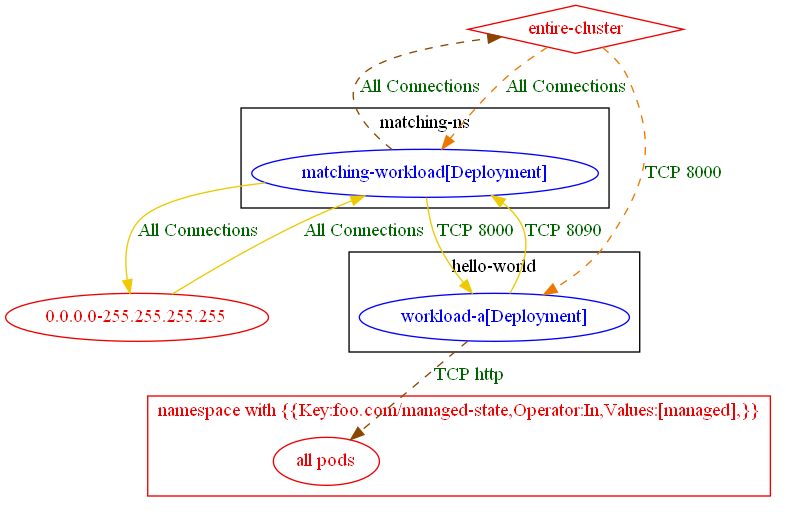
np-guard/netpol-analyzer keeps this Graphviz diagram as test_outputs/connlist/exposure_test_egress_with_named_port_with_matching_pod_exposure_output.dot.png. Above is the earlier version. Its source is kept beside it as test_outputs/connlist/exposure_test_egress_with_named_port_with_matching_pod_exposure_output.dot.
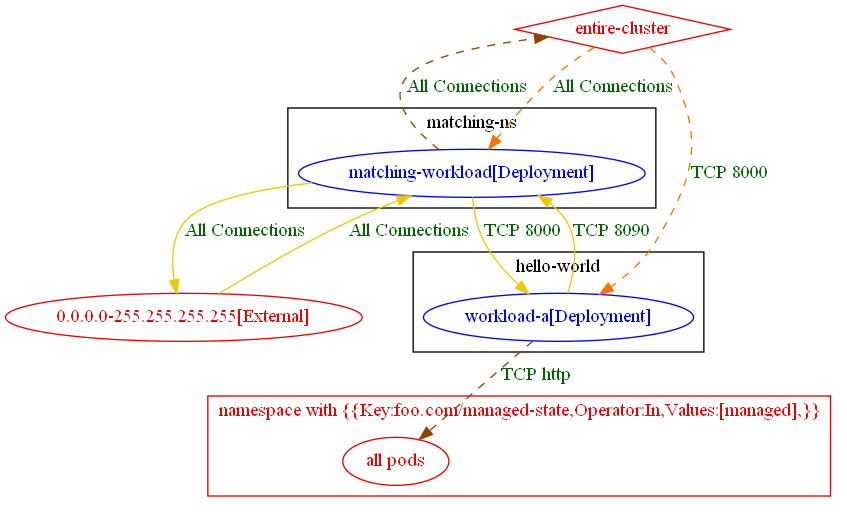
Later version of the same file.

Diff of the diagram source:
```diff
@@ -17,14 +17,14 @@
 		"all pods_in_namespace with {{Key:foo.com/managed-state,Operator:In,Values:[managed],}}" [label="all pods" color="red2" fontcolor="red2"]
 		label="namespace with {{Key:foo.com/managed-state,Operator:In,Values:[managed],}}"
 	}
-	"0.0.0.0-255.255.255.255" [label="0.0.0.0-255.255.255.255" color="red2" fontcolor="red2"]
+	"0.0.0.0-255.255.255.255[External]" [label="0.0.0.0-255.255.255.255[External]" color="red2" fontcolor="red2"]
 	"entire-cluster" [label="entire-cluster" color="red2" fontcolor="red2" shape=diamond]
-	"0.0.0.0-255.255.255.255" -> "matching-ns/matching-workload[Deployment]" [label="All Connections" color="gold2" fontcolor="darkgreen" weight=0.5]
+	"0.0.0.0-255.255.255.255[External]" -> "matching-ns/matching-workload[Deployment]" [label="All Connections" color="gold2" fontcolor="darkgreen" weight=0.5]
 	"entire-cluster" -> "hello-world/workload-a[Deployment]" [label="TCP 8000" color="darkorange2" fontcolor="darkgreen" weight=1 style=dashed]
 	"entire-cluster" -> "matching-ns/matching-workload[Deployment]" [label="All Connections" color="darkorange2" fontcolor="darkgreen" weight=1 style=dashed]
 	"hello-world/workload-a[Deployment]" -> "all pods_in_namespace with {{Key:foo.com/managed-state,Operator:In,Values:[managed],}}" [label="TCP http" color="darkorange4" fontcolor="darkgreen" weight=0.5 style=dashed]
 	"hello-world/workload-a[Deployment]" -> "matching-ns/matching-workload[Deployment]" [label="TCP 8090" color="gold2" fontcolor="darkgreen" weight=0.5]
-	"matching-ns/matching-workload[Deployment]" -> "0.0.0.0-255.255.255.255" [label="All Connections" color="gold2" fontcolor="darkgreen" weight=1]
+	"matching-ns/matching-workload[Deployment]" -> "0.0.0.0-255.255.255.255[External]" [label="All Connections" color="gold2" fontcolor="darkgreen" weight=1]
 	"matching-ns/matching-workload[Deployment]" -> "entire-cluster" [label="All Connections" color="darkorange4" fontcolor="darkgreen" weight=0.5 style=dashed]
 	"matching-ns/matching-workload[Deployment]" -> "hello-world/workload-a[Deployment]" [label="TCP 8000" color="gold2" fontcolor="darkgreen" weight=1]
 }
```
